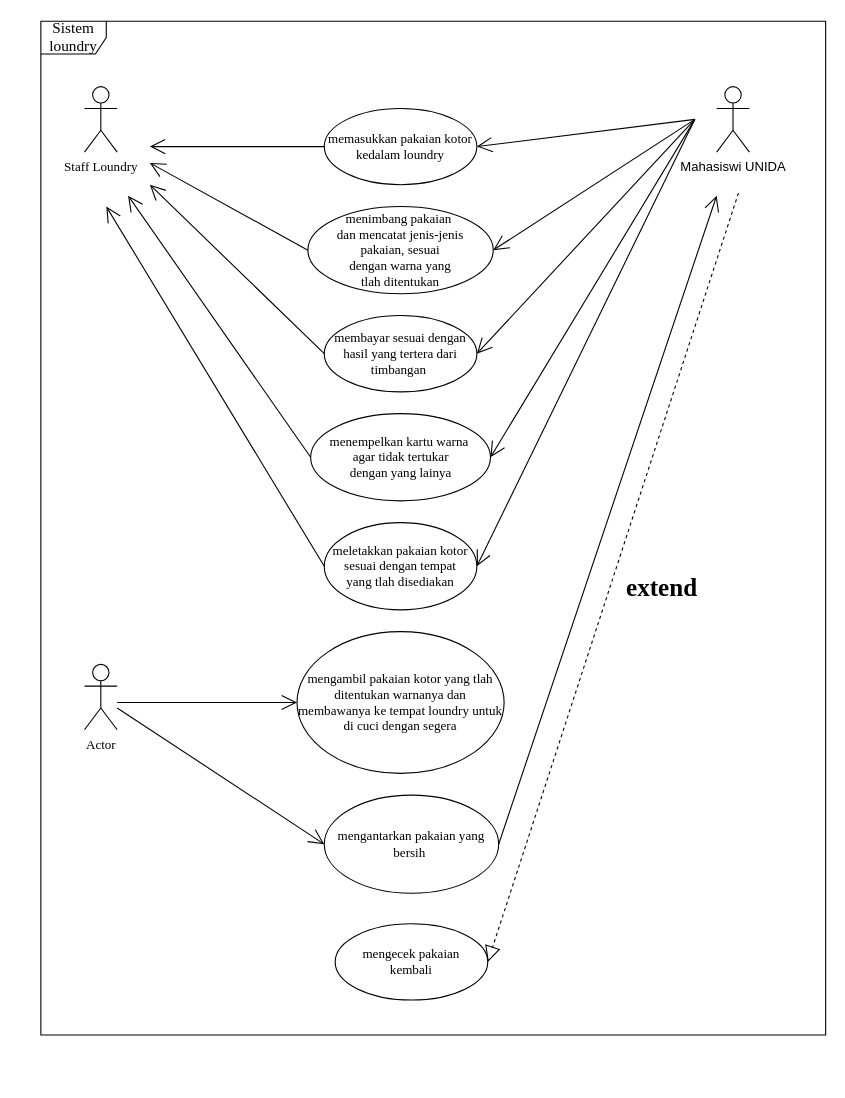
Above: Untitled Diagram.drawio in hanifaayu/pw2020_987654321 (draw.io), before the change. Source tidied: cells renumbered, new cells numbered last; positions are measured from the earlier drawing's top-left corner, leaving out a move shared by most shapes. Both pictures are drawn from the tidied source at 109%, with x=0, y=0 at pixel (40, 21).
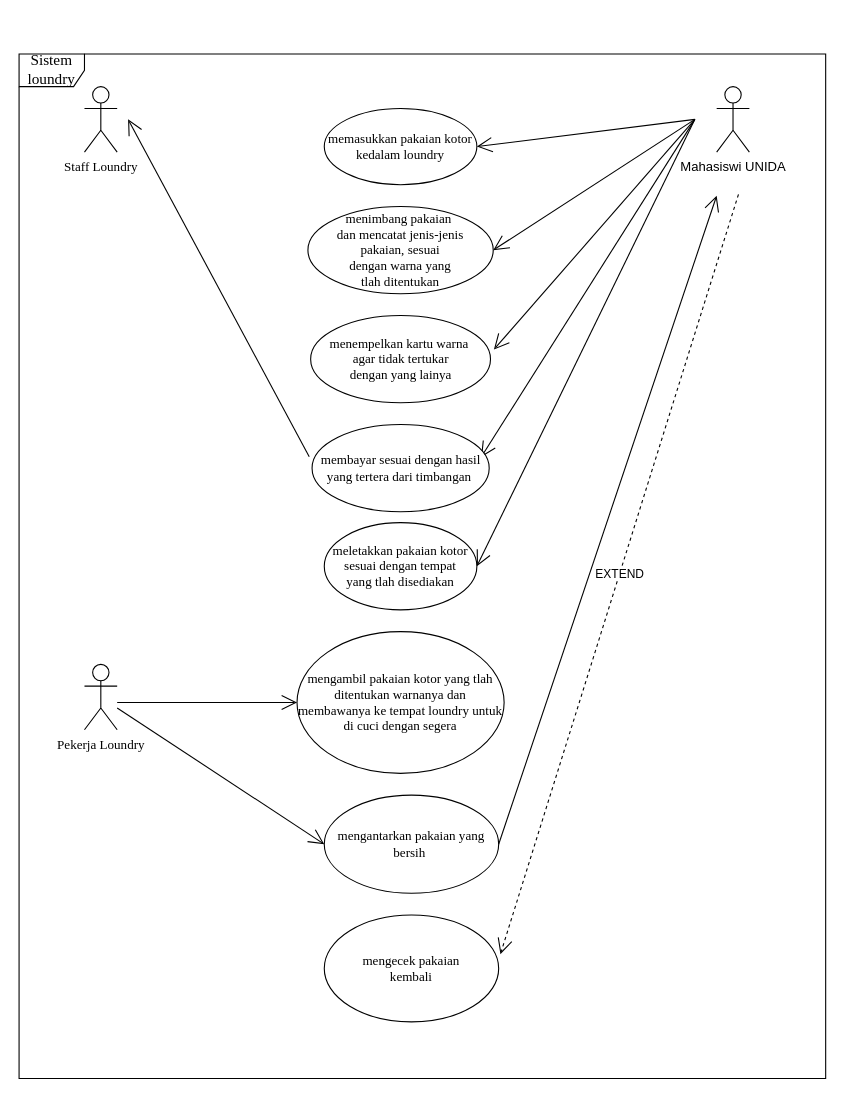
Above is the later version.

Unchanged cells that the change refers to:
```xml
<mxCell id="4" value="memasukkan pakaian kotor&lt;br&gt;kedalam loundry" style="ellipse;whiteSpace=wrap;html=1;fontFamily=Times New Roman;" parent="1" vertex="1">
  <mxGeometry x="260" y="80" width="140" height="70" as="geometry" />
</mxCell>
<mxCell id="5" value="menimbang pakaian&amp;nbsp;&lt;br&gt;dan mencatat jenis-jenis&lt;br&gt;pakaian, sesuai&lt;br&gt;dengan warna yang&lt;br&gt;tlah ditentukan" style="ellipse;whiteSpace=wrap;html=1;fontFamily=Times New Roman;" parent="1" vertex="1">
  <mxGeometry x="245" y="170" width="170" height="80" as="geometry" />
</mxCell>
<mxCell id="8" value="meletakkan pakaian kotor sesuai dengan tempat&lt;br&gt;yang tlah disediakan" style="ellipse;whiteSpace=wrap;html=1;fontFamily=Times New Roman;" parent="1" vertex="1">
  <mxGeometry x="260" y="460" width="140" height="80" as="geometry" />
</mxCell>
```

Change to the diagram source:
```diff
@@
-    <mxCell id="6" value="membayar sesuai dengan hasil yang tertera dari timbangan&amp;nbsp;" style="ellipse;whiteSpace=wrap;html=1;fontFamily=Times New Roman;" parent="1" vertex="1">
-      <mxGeometry x="260" y="270" width="140" height="70" as="geometry" />
-    </mxCell>
-    <mxCell id="7" value="menempelkan kartu warna&amp;nbsp;&lt;br&gt;agar tidak tertukar&lt;br&gt;dengan yang lainya" style="ellipse;whiteSpace=wrap;html=1;fontFamily=Times New Roman;" parent="1" vertex="1">
-      <mxGeometry x="247.5" y="360" width="165" height="80" as="geometry" />
-    </mxCell>
@@
-    <mxCell id="9" value="Actor" style="shape=umlActor;verticalLabelPosition=bottom;verticalAlign=top;html=1;fontFamily=Times New Roman;" parent="1" vertex="1">
+    <mxCell id="9" value="Pekerja Loundry" style="shape=umlActor;verticalLabelPosition=bottom;verticalAlign=top;html=1;fontFamily=Times New Roman;" parent="1" vertex="1">
       <mxGeometry x="40" y="590" width="30" height="60" as="geometry" />
     </mxCell>
@@
-    <mxCell id="13" style="endArrow=open;endFill=1;endSize=12;html=1;fontFamily=Times New Roman;entryX=1;entryY=0.5;entryDx=0;entryDy=0;" parent="1" edge="1" target="6">
+    <mxCell id="13" style="endArrow=open;endFill=1;endSize=12;html=1;fontFamily=Times New Roman;entryX=1.019;entryY=0.39;entryDx=0;entryDy=0;entryPerimeter=0;" parent="1" edge="1" target="7">
       <mxGeometry relative="1" as="geometry">
         <mxPoint x="600" y="90" as="sourcePoint" />
       </mxGeometry>
     </mxCell>
-    <mxCell id="14" style="endArrow=open;endFill=1;endSize=12;html=1;fontFamily=Times New Roman;entryX=1;entryY=0.5;entryDx=0;entryDy=0;" parent="1" edge="1" target="7">
+    <mxCell id="14" style="endArrow=open;endFill=1;endSize=12;html=1;fontFamily=Times New Roman;entryX=0.954;entryY=0.375;entryDx=0;entryDy=0;entryPerimeter=0;" parent="1" edge="1" target="6">
       <mxGeometry relative="1" as="geometry">
         <mxPoint x="600" y="90" as="sourcePoint" />
       </mxGeometry>
     </mxCell>
@@
-    <mxCell id="20" style="endArrow=open;endFill=1;endSize=12;html=1;fontFamily=Times New Roman;exitX=0;exitY=0.5;exitDx=0;exitDy=0;" parent="1" edge="1" source="4">
-      <mxGeometry relative="1" as="geometry">
-        <mxPoint x="100" y="115" as="targetPoint" />
-      </mxGeometry>
-    </mxCell>
-    <mxCell id="21" style="endArrow=open;endFill=1;endSize=12;html=1;fontFamily=Times New Roman;exitX=0;exitY=0.5;exitDx=0;exitDy=0;" parent="1" edge="1" source="5">
-      <mxGeometry relative="1" as="geometry">
-        <mxPoint x="100" y="130" as="targetPoint" />
-      </mxGeometry>
-    </mxCell>
-    <mxCell id="22" style="endArrow=open;endFill=1;endSize=12;html=1;fontFamily=Times New Roman;exitX=0;exitY=0.5;exitDx=0;exitDy=0;" parent="1" edge="1" source="6">
+    <mxCell id="22" style="endArrow=open;endFill=1;endSize=12;html=1;fontFamily=Times New Roman;exitX=-0.016;exitY=0.368;exitDx=0;exitDy=0;exitPerimeter=0;" parent="1" edge="1" source="6">
       <mxGeometry relative="1" as="geometry">
-        <mxPoint x="100" y="150" as="targetPoint" />
+        <mxPoint x="80" y="90" as="targetPoint" />
       </mxGeometry>
     </mxCell>
-    <mxCell id="23" style="endArrow=open;endFill=1;endSize=12;html=1;fontFamily=Times New Roman;exitX=0;exitY=0.5;exitDx=0;exitDy=0;" parent="1" edge="1" source="7">
-      <mxGeometry relative="1" as="geometry">
-        <mxPoint x="80" y="160" as="targetPoint" />
-      </mxGeometry>
-    </mxCell>
-    <mxCell id="24" style="endArrow=open;endFill=1;endSize=12;html=1;fontFamily=Times New Roman;exitX=0;exitY=0.5;exitDx=0;exitDy=0;" parent="1" edge="1" source="8">
-      <mxGeometry relative="1" as="geometry">
-        <mxPoint x="60" y="170" as="targetPoint" />
-      </mxGeometry>
-    </mxCell>
     <mxCell id="25" value="mengecek pakaian &lt;br&gt;kembali" style="ellipse;whiteSpace=wrap;html=1;fontFamily=Times New Roman;" parent="1" vertex="1">
-      <mxGeometry x="270" y="828" width="140" height="70" as="geometry" />
+      <mxGeometry x="260" y="820" width="160" height="98" as="geometry" />
     </mxCell>
-    <mxCell id="26" value="extend&#10;" style="text;align=center;fontStyle=1;verticalAlign=middle;spacingLeft=3;spacingRight=3;strokeColor=none;fontFamily=Times New Roman;fontSize=23;" parent="1" vertex="1">
-      <mxGeometry x="500" y="490" width="140" height="83" as="geometry" />
-    </mxCell>
-    <mxCell id="27" style="endArrow=block;dashed=1;endFill=0;endSize=12;html=1;fontFamily=Times New Roman;fontSize=23;entryX=1;entryY=0.5;entryDx=0;entryDy=0;" parent="1" edge="1" target="25">
-      <mxGeometry relative="1" as="geometry">
-        <mxPoint x="640" y="157.6" as="sourcePoint" />
-      </mxGeometry>
-    </mxCell>
     <mxCell id="28" value="&lt;font style=&quot;font-size: 14px&quot;&gt;Sistem loundry&lt;/font&gt;" style="shape=umlFrame;whiteSpace=wrap;html=1;fontFamily=Times New Roman;fontSize=12;" parent="1" vertex="1">
-      <mxGeometry width="720" height="930" as="geometry" />
+      <mxGeometry x="-20" y="30" width="740" height="940" as="geometry" />
     </mxCell>
+    <mxCell id="7" value="menempelkan kartu warna&amp;nbsp;&lt;br&gt;agar tidak tertukar&lt;br&gt;dengan yang lainya" style="ellipse;whiteSpace=wrap;html=1;fontFamily=Times New Roman;" parent="1" vertex="1">
+      <mxGeometry x="247.5" y="270" width="165" height="80" as="geometry" />
+    </mxCell>
+    <mxCell id="6" value="membayar sesuai dengan hasil yang tertera dari timbangan&amp;nbsp;" style="ellipse;whiteSpace=wrap;html=1;fontFamily=Times New Roman;" parent="1" vertex="1">
+      <mxGeometry x="248.8" y="370" width="162.5" height="80" as="geometry" />
+    </mxCell>
+    <mxCell id="29" value="EXTEND" style="endArrow=open;endSize=12;dashed=1;html=1;entryX=1.01;entryY=0.366;entryDx=0;entryDy=0;entryPerimeter=0;" parent="1" edge="1" target="25">
+      <mxGeometry relative="1" as="geometry">
+        <mxPoint x="640" y="158.8" as="sourcePoint" />
+      </mxGeometry>
+    </mxCell>
```
